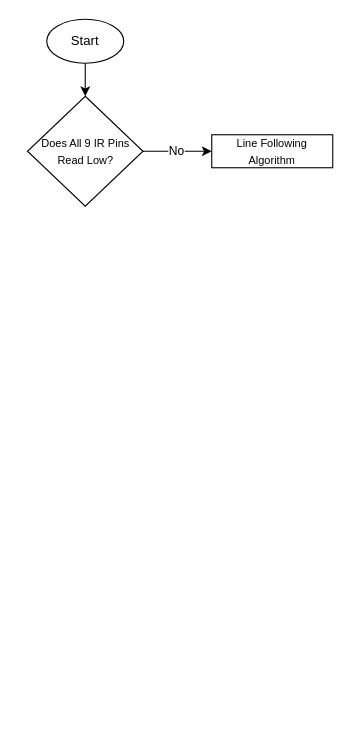
Above: Flowcharts/planting.drawio in YanPei420/Team-14-Robot-Challenge (draw.io), before the change. Source tidied: cells renumbered, new cells numbered last; positions are measured from the earlier drawing's top-left corner, leaving out a move shared by most shapes. Both pictures are drawn from the tidied source at 110%, with x=0, y=0 at pixel (26, 19).
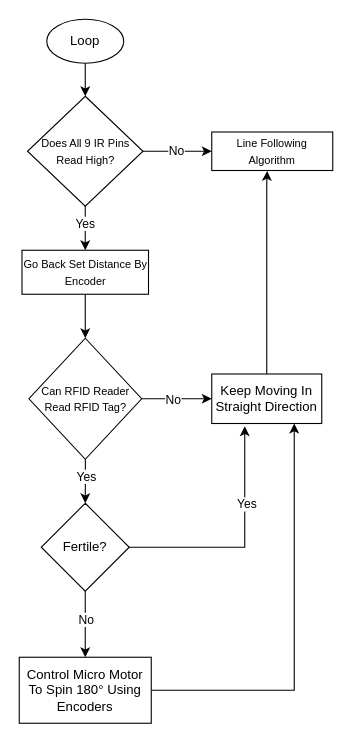
After the change.

Diff of the diagram source:
```diff
@@
-    <mxCell id="3" value="Start" style="ellipse;whiteSpace=wrap;html=1;" parent="1" vertex="1">
+    <mxCell id="3" value="Loop" style="ellipse;whiteSpace=wrap;html=1;" parent="1" vertex="1">
       <mxGeometry x="18" width="70" height="40" as="geometry" />
     </mxCell>
@@
+    <mxCell id="8" style="edgeStyle=orthogonalEdgeStyle;rounded=0;jettySize=auto;html=1;entryX=0.5;entryY=0;entryDx=0;entryDy=0;" parent="1" edge="1" source="6" target="11">
+      <mxGeometry relative="1" as="geometry" />
+    </mxCell>
+    <mxCell id="9" value="Yes" style="edgeLabel;html=1;align=center;verticalAlign=middle;" parent="8" vertex="1">
+      <mxGeometry x="-0.24" y="-1" relative="1" as="geometry" />
+    </mxCell>
-    <mxCell id="6" value="&lt;font style=&quot;font-size: 10px;&quot;&gt;Does All 9 IR Pins Read Low?&lt;/font&gt;" style="rhombus;whiteSpace=wrap;html=1;" parent="1" vertex="1">
+    <mxCell id="6" value="&lt;font style=&quot;font-size: 10px;&quot;&gt;Does All 9 IR Pins Read High?&lt;/font&gt;" style="rhombus;whiteSpace=wrap;html=1;" parent="1" vertex="1">
       <mxGeometry x="0.5" y="70" width="105" height="100" as="geometry" />
     </mxCell>
     <mxCell id="7" value="&lt;font style=&quot;font-size: 10px;&quot;&gt;Line Following Algorithm&lt;/font&gt;" style="rounded=0;whiteSpace=wrap;html=1;" parent="1" vertex="1">
-      <mxGeometry x="168" y="105" width="110" height="30" as="geometry" />
+      <mxGeometry x="168" y="102.5" width="110" height="35" as="geometry" />
     </mxCell>
+    <mxCell id="10" style="edgeStyle=orthogonalEdgeStyle;rounded=0;jettySize=auto;html=1;entryX=0.5;entryY=0;entryDx=0;entryDy=0;" parent="1" edge="1" source="11" target="16">
+      <mxGeometry relative="1" as="geometry" />
+    </mxCell>
+    <mxCell id="11" value="&lt;font style=&quot;font-size: 10px;&quot;&gt;Go Back Set Distance By Encoder&lt;/font&gt;" style="rounded=0;whiteSpace=wrap;html=1;" parent="1" vertex="1">
+      <mxGeometry x="-4.5" y="210" width="115" height="40" as="geometry" />
+    </mxCell>
+    <mxCell id="12" style="edgeStyle=orthogonalEdgeStyle;rounded=0;jettySize=auto;html=1;" parent="1" edge="1" source="16">
+      <mxGeometry relative="1" as="geometry">
+        <mxPoint x="53" y="440" as="targetPoint" />
+      </mxGeometry>
+    </mxCell>
+    <mxCell id="13" value="Yes" style="edgeLabel;html=1;align=center;verticalAlign=middle;" parent="12" vertex="1">
+      <mxGeometry x="-0.23" relative="1" as="geometry" />
+    </mxCell>
+    <mxCell id="14" style="edgeStyle=orthogonalEdgeStyle;rounded=0;jettySize=auto;html=1;entryX=0;entryY=0.5;entryDx=0;entryDy=0;" parent="1" edge="1" source="16" target="25">
+      <mxGeometry relative="1" as="geometry" />
+    </mxCell>
+    <mxCell id="15" value="No" style="edgeLabel;html=1;align=center;verticalAlign=middle;" parent="14" vertex="1">
+      <mxGeometry x="-0.12" relative="1" as="geometry" />
+    </mxCell>
+    <mxCell id="16" value="&lt;font style=&quot;font-size: 10px;&quot;&gt;Can RFID Reader Read RFID Tag?&lt;/font&gt;" style="rhombus;whiteSpace=wrap;html=1;" parent="1" vertex="1">
+      <mxGeometry x="1.8" y="290" width="102.5" height="110" as="geometry" />
+    </mxCell>
+    <mxCell id="17" style="edgeStyle=orthogonalEdgeStyle;rounded=0;jettySize=auto;html=1;entryX=0.75;entryY=1;entryDx=0;entryDy=0;" parent="1" edge="1" source="18" target="25">
+      <mxGeometry relative="1" as="geometry" />
+    </mxCell>
+    <mxCell id="18" value="Control Micro Motor To Spin 180° Using Encoders" style="rounded=0;whiteSpace=wrap;html=1;" parent="1" vertex="1">
+      <mxGeometry x="-7" y="580" width="120" height="60" as="geometry" />
+    </mxCell>
+    <mxCell id="19" style="edgeStyle=orthogonalEdgeStyle;rounded=0;jettySize=auto;html=1;entryX=0.5;entryY=0;entryDx=0;entryDy=0;" parent="1" edge="1" source="23" target="18">
+      <mxGeometry relative="1" as="geometry" />
+    </mxCell>
+    <mxCell id="20" value="No" style="edgeLabel;html=1;align=center;verticalAlign=middle;" parent="19" vertex="1">
+      <mxGeometry x="-0.15" y="4" relative="1" as="geometry">
+        <mxPoint x="-4" y="-1" as="offset" />
+      </mxGeometry>
+    </mxCell>
+    <mxCell id="21" style="edgeStyle=orthogonalEdgeStyle;rounded=0;jettySize=auto;html=1;" parent="1" edge="1" source="23">
+      <mxGeometry relative="1" as="geometry">
+        <mxPoint x="198" y="370" as="targetPoint" />
+        <Array as="points">
+          <mxPoint x="198" y="480" />
+          <mxPoint x="198" y="370" />
+        </Array>
+      </mxGeometry>
+    </mxCell>
+    <mxCell id="22" value="Yes" style="edgeLabel;html=1;align=center;verticalAlign=middle;" parent="21" vertex="1">
+      <mxGeometry x="0.35" y="-1" relative="1" as="geometry" />
+    </mxCell>
+    <mxCell id="23" value="Fertile?" style="rhombus;whiteSpace=wrap;html=1;" parent="1" vertex="1">
+      <mxGeometry x="13" y="440" width="80" height="80" as="geometry" />
+    </mxCell>
+    <mxCell id="24" style="edgeStyle=orthogonalEdgeStyle;rounded=0;jettySize=auto;html=1;entryX=0.458;entryY=1.01;entryDx=0;entryDy=0;entryPerimeter=0;" parent="1" edge="1" source="25" target="7">
+      <mxGeometry relative="1" as="geometry">
+        <Array as="points">
+          <mxPoint x="218" y="150" />
+          <mxPoint x="218" y="150" />
+        </Array>
+      </mxGeometry>
+    </mxCell>
+    <mxCell id="25" value="Keep Moving In Straight Direction" style="rounded=0;whiteSpace=wrap;html=1;" parent="1" vertex="1">
+      <mxGeometry x="168" y="322.5" width="100" height="45" as="geometry" />
+    </mxCell>
```
